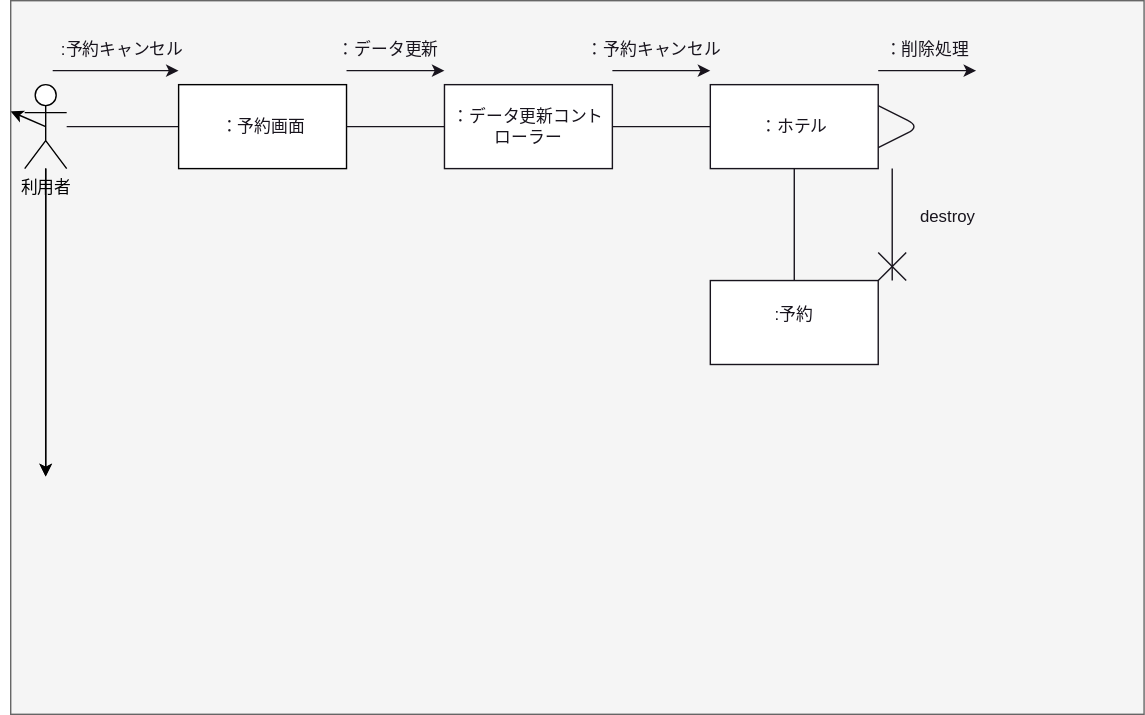
The draw.io diagram 演習5-2_CD_予約登録削除.drawio.svg in youryota/uml-introduction, before a commit. Source tidied: cells renumbered, new cells last; positions are measured from the earlier drawing's top-left corner, leaving out a move shared by most shapes.
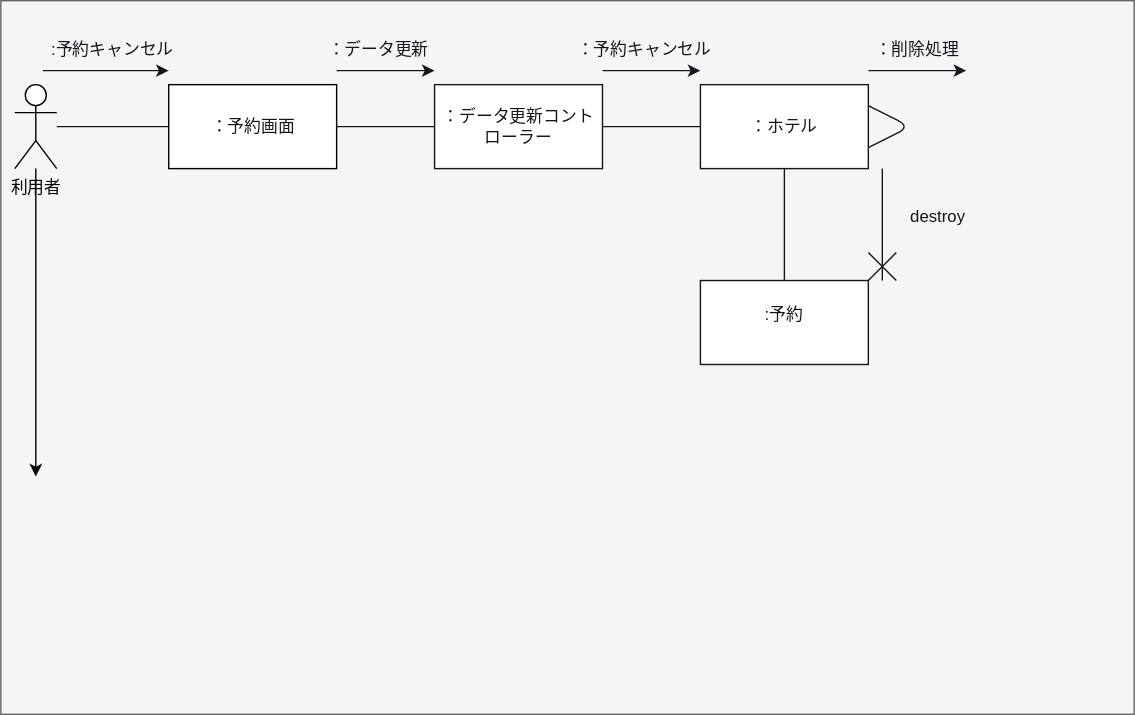
After the commit.

Change to the diagram source:
```diff
@@ -10,14 +10,6 @@
         <mxPoint x="25" y="340" as="targetPoint" />
       </mxGeometry>
     </mxCell>
-    <mxCell id="4" style="edgeStyle=none;html=1;" parent="1" edge="1" source="6">
-      <mxGeometry relative="1" as="geometry">
-        <mxPoint x="25" y="340" as="targetPoint" />
-      </mxGeometry>
-    </mxCell>
-    <mxCell id="5" style="edgeStyle=none;html=1;exitX=0.5;exitY=0.5;exitDx=0;exitDy=0;exitPerimeter=0;" parent="1" edge="1" source="6" target="2">
-      <mxGeometry relative="1" as="geometry" />
-    </mxCell>
     <mxCell id="6" value="&lt;font color=&quot;#000000&quot;&gt;利用者&lt;/font&gt;" style="shape=umlActor;verticalLabelPosition=bottom;verticalAlign=top;html=1;outlineConnect=0;strokeColor=#000000;" parent="1" vertex="1">
       <mxGeometry x="10" y="60" width="30" height="60" as="geometry" />
     </mxCell>
```
